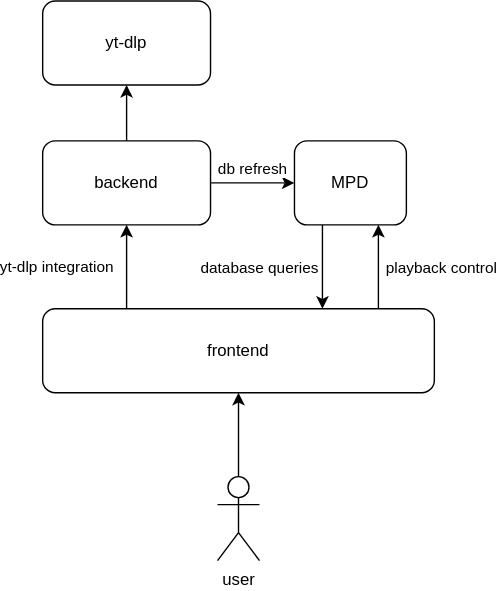
Before: architecture.drawio.svg, a diagram exported from draw.io (cccb/sanic). Source tidied: cells renumbered, new cells last; positions are measured from the earlier drawing's top-left corner, leaving out a move shared by most shapes.
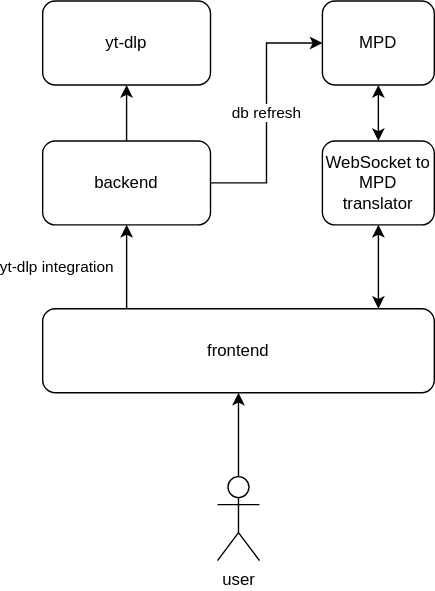
Above is the later version.

Diff of the diagram source:
```diff
@@ -3,11 +3,16 @@
     <mxCell id="0" />
     <mxCell id="1" parent="0" />
     <mxCell id="2" style="edgeStyle=orthogonalEdgeStyle;rounded=0;jettySize=auto;html=1;" parent="1" edge="1" source="5" target="8">
-      <mxGeometry relative="1" as="geometry" />
+      <mxGeometry relative="1" as="geometry">
+        <Array as="points">
+          <mxPoint x="160" y="130" />
+          <mxPoint x="160" y="30" />
+        </Array>
+      </mxGeometry>
     </mxCell>
     <mxCell id="3" value="db refresh" style="edgeLabel;html=1;align=center;verticalAlign=middle;" parent="2" vertex="1">
       <mxGeometry x="-0.35" relative="1" as="geometry">
-        <mxPoint x="10" y="-10" as="offset" />
+        <mxPoint y="-32" as="offset" />
       </mxGeometry>
     </mxCell>
     <mxCell id="4" style="edgeStyle=orthogonalEdgeStyle;rounded=0;jettySize=auto;html=1;" parent="1" edge="1" source="5" target="14">
@@ -16,35 +21,9 @@
     <mxCell id="5" value="backend" style="rounded=1;whiteSpace=wrap;html=1;" parent="1" vertex="1">
       <mxGeometry y="100" width="120" height="60" as="geometry" />
     </mxCell>
-    <mxCell id="6" style="edgeStyle=orthogonalEdgeStyle;rounded=0;jettySize=auto;html=1;" parent="1" edge="1" source="8" target="13">
-      <mxGeometry relative="1" as="geometry">
-        <Array as="points">
-          <mxPoint x="200" y="210" />
-          <mxPoint x="200" y="210" />
-        </Array>
-      </mxGeometry>
-    </mxCell>
-    <mxCell id="7" value="database queries" style="edgeLabel;html=1;align=center;verticalAlign=middle;" parent="6" vertex="1">
-      <mxGeometry x="-0.22" y="-2" relative="1" as="geometry">
-        <mxPoint x="-43" y="7" as="offset" />
-      </mxGeometry>
-    </mxCell>
     <mxCell id="8" value="MPD" style="rounded=1;whiteSpace=wrap;html=1;" parent="1" vertex="1">
-      <mxGeometry x="180" y="100" width="80" height="60" as="geometry" />
+      <mxGeometry x="200" width="80" height="60" as="geometry" />
     </mxCell>
-    <mxCell id="9" style="edgeStyle=orthogonalEdgeStyle;rounded=0;jettySize=auto;html=1;" parent="1" edge="1" source="13" target="8">
-      <mxGeometry relative="1" as="geometry">
-        <Array as="points">
-          <mxPoint x="240" y="190" />
-          <mxPoint x="240" y="190" />
-        </Array>
-      </mxGeometry>
-    </mxCell>
-    <mxCell id="10" value="playback control" style="edgeLabel;html=1;align=center;verticalAlign=middle;" parent="9" vertex="1">
-      <mxGeometry x="0.29" y="-1" relative="1" as="geometry">
-        <mxPoint x="44" y="9" as="offset" />
-      </mxGeometry>
-    </mxCell>
     <mxCell id="11" style="edgeStyle=orthogonalEdgeStyle;rounded=0;jettySize=auto;html=1;" parent="1" edge="1" source="13" target="5">
       <mxGeometry relative="1" as="geometry">
         <Array as="points">
@@ -58,6 +37,14 @@
         <mxPoint x="-52" y="-7" as="offset" />
       </mxGeometry>
     </mxCell>
+    <mxCell id="17" style="edgeStyle=orthogonalEdgeStyle;rounded=0;jettySize=auto;html=1;startArrow=classic;startFill=1;" parent="1" edge="1" source="13" target="19">
+      <mxGeometry relative="1" as="geometry">
+        <Array as="points">
+          <mxPoint x="240" y="200" />
+          <mxPoint x="240" y="200" />
+        </Array>
+      </mxGeometry>
+    </mxCell>
     <mxCell id="13" value="frontend" style="rounded=1;whiteSpace=wrap;html=1;" parent="1" vertex="1">
       <mxGeometry y="220" width="280" height="60" as="geometry" />
     </mxCell>
@@ -70,5 +57,11 @@
     <mxCell id="16" value="user" style="shape=umlActor;verticalLabelPosition=bottom;verticalAlign=top;html=1;outlineConnect=0;" parent="1" vertex="1">
       <mxGeometry x="125" y="340" width="30" height="60" as="geometry" />
     </mxCell>
+    <mxCell id="18" style="edgeStyle=orthogonalEdgeStyle;rounded=0;jettySize=auto;html=1;startArrow=classic;startFill=1;" parent="1" edge="1" source="19" target="8">
+      <mxGeometry relative="1" as="geometry" />
+    </mxCell>
+    <mxCell id="19" value="WebSocket to MPD translator" style="rounded=1;whiteSpace=wrap;html=1;" parent="1" vertex="1">
+      <mxGeometry x="200" y="100" width="80" height="60" as="geometry" />
+    </mxCell>
   </root>
 </mxGraphModel>
```
